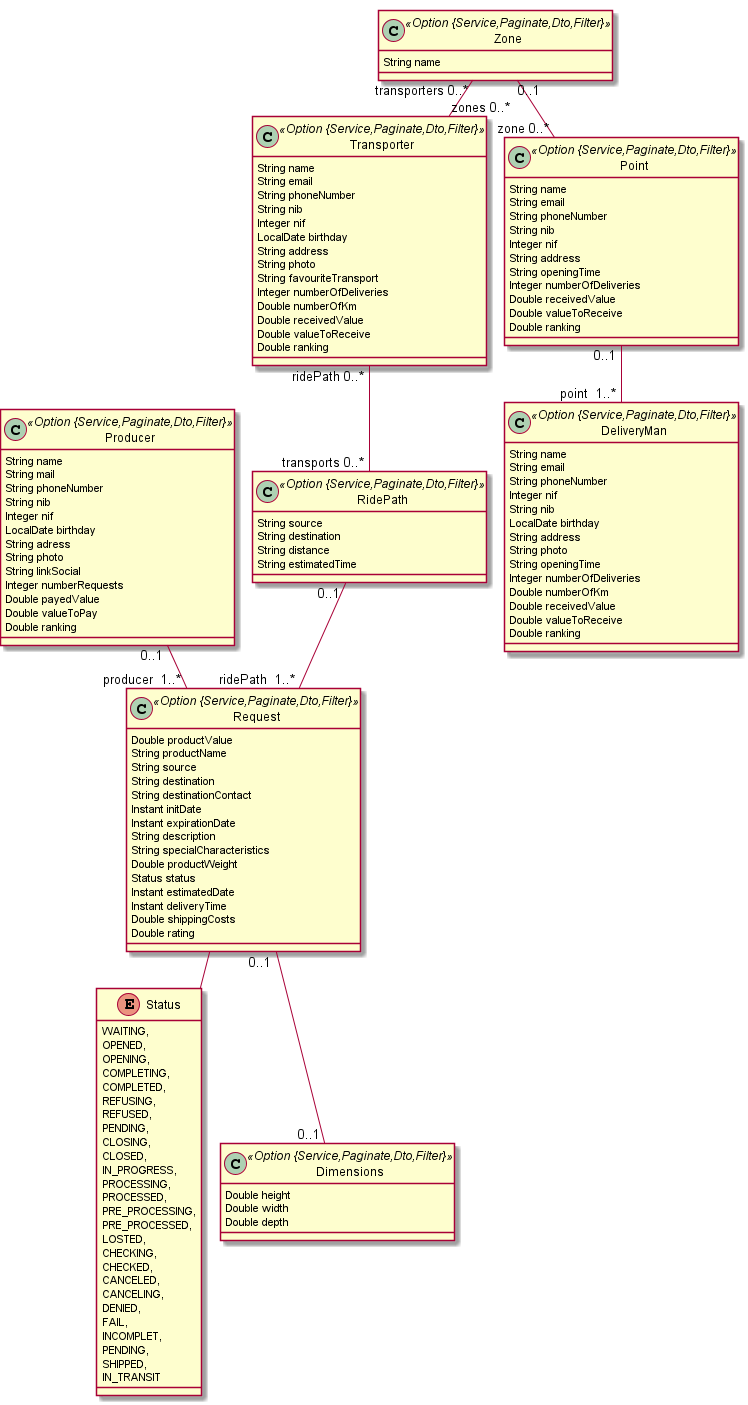
Earlier version of the PlantUML export LEBApp_Server/dataSchema.png (MoscaLCC/LEBApp).
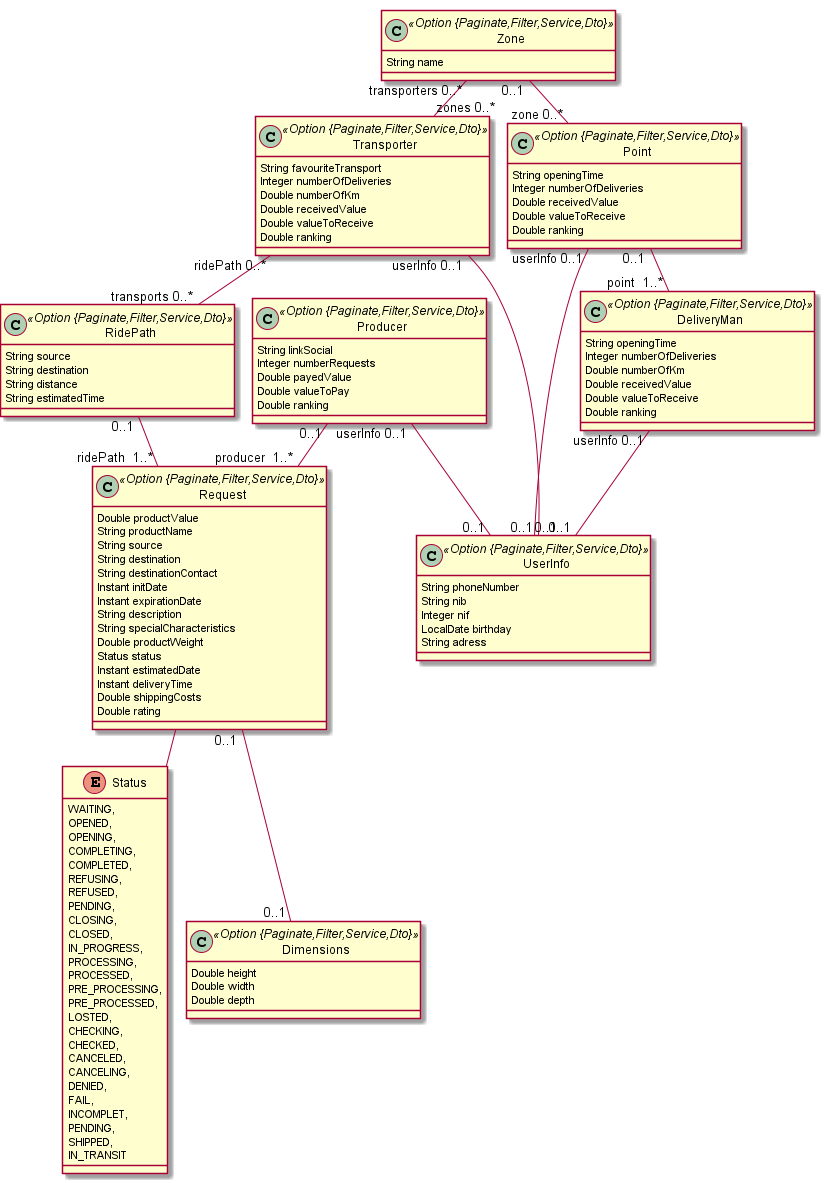
Later version of the same file.

The edit, as a diff of the source:
```diff
@@ -1,22 +1,21 @@
 @startuml
 	!pragma graphviz_dot jdot
 	!pragma syntax class
-	class Producer <<Option {Service,Paginate,Dto,Filter}>> {
-		String name
-		String mail
-		String phoneNumber
-		String nib
-		Integer nif
-		LocalDate birthday
-		String adress
-		String photo
+	class Producer <<Option {Paginate,Filter,Service,Dto}>> {
 		String linkSocial
 		Integer numberRequests
 		Double payedValue
 		Double valueToPay
 		Double ranking
 	}
-	class Request <<Option {Service,Paginate,Dto,Filter}>> {
+	class UserInfo <<Option {Paginate,Filter,Service,Dto}>> {
+		String phoneNumber
+		String nib
+		Integer nif
+		LocalDate birthday
+		String adress
+	}
+	class Request <<Option {Paginate,Filter,Service,Dto}>> {
 		Double productValue
 		String productName
 		String source
@@ -62,21 +61,13 @@
 		SHIPPED,
 		IN_TRANSIT
 	}
-	class RidePath <<Option {Service,Paginate,Dto,Filter}>> {
+	class RidePath <<Option {Paginate,Filter,Service,Dto}>> {
 		String source
 		String destination
 		String distance
 		String estimatedTime
 	}
-	class DeliveryMan <<Option {Service,Paginate,Dto,Filter}>> {
-		String name
-		String email
-		String phoneNumber
-		Integer nif
-		String nib
-		LocalDate birthday
-		String address
-		String photo
+	class DeliveryMan <<Option {Paginate,Filter,Service,Dto}>> {
 		String openingTime
 		Integer numberOfDeliveries
 		Double numberOfKm
@@ -84,15 +75,7 @@
 		Double valueToReceive
 		Double ranking
 	}
-	class Transporter <<Option {Service,Paginate,Dto,Filter}>> {
-		String name
-		String email
-		String phoneNumber
-		String nib
-		Integer nif
-		LocalDate birthday
-		String address
-		String photo
+	class Transporter <<Option {Paginate,Filter,Service,Dto}>> {
 		String favouriteTransport
 		Integer numberOfDeliveries
 		Double numberOfKm
@@ -100,25 +83,19 @@
 		Double valueToReceive
 		Double ranking
 	}
-	class Point <<Option {Service,Paginate,Dto,Filter}>> {
-		String name
-		String email
-		String phoneNumber
-		String nib
-		Integer nif
-		String address
+	class Point <<Option {Paginate,Filter,Service,Dto}>> {
 		String openingTime
 		Integer numberOfDeliveries
 		Double receivedValue
 		Double valueToReceive
 		Double ranking
 	}
-	class Dimensions <<Option {Service,Paginate,Dto,Filter}>> {
+	class Dimensions <<Option {Paginate,Filter,Service,Dto}>> {
 		Double height
 		Double width
 		Double depth
 	}
-	class Zone <<Option {Service,Paginate,Dto,Filter}>> {
+	class Zone <<Option {Paginate,Filter,Service,Dto}>> {
 		String name
 	}
 	Point  "0..1 " --o "point  1..* "  DeliveryMan
@@ -126,6 +103,10 @@
 	Producer  "0..1 " --o "producer  1..* "  Request
 	Zone  "0..1 " --o "zone 0..* "  Point
 	Request  "0..1 " -- "0..1 "  Dimensions
+	Transporter  "userInfo 0..1 " -- "0..1 "  UserInfo
+	DeliveryMan  "userInfo 0..1 " -- "0..1 "  UserInfo
+	Point  "userInfo 0..1 " -- "0..1 "  UserInfo
+	Producer  "userInfo 0..1 " -- "0..1 "  UserInfo
 	Transporter  "ridePath 0..* " o--o "transports 0..* "  RidePath
 	Zone  "transporters 0..* " o--o "zones 0..* "  Transporter
 @enduml
```
